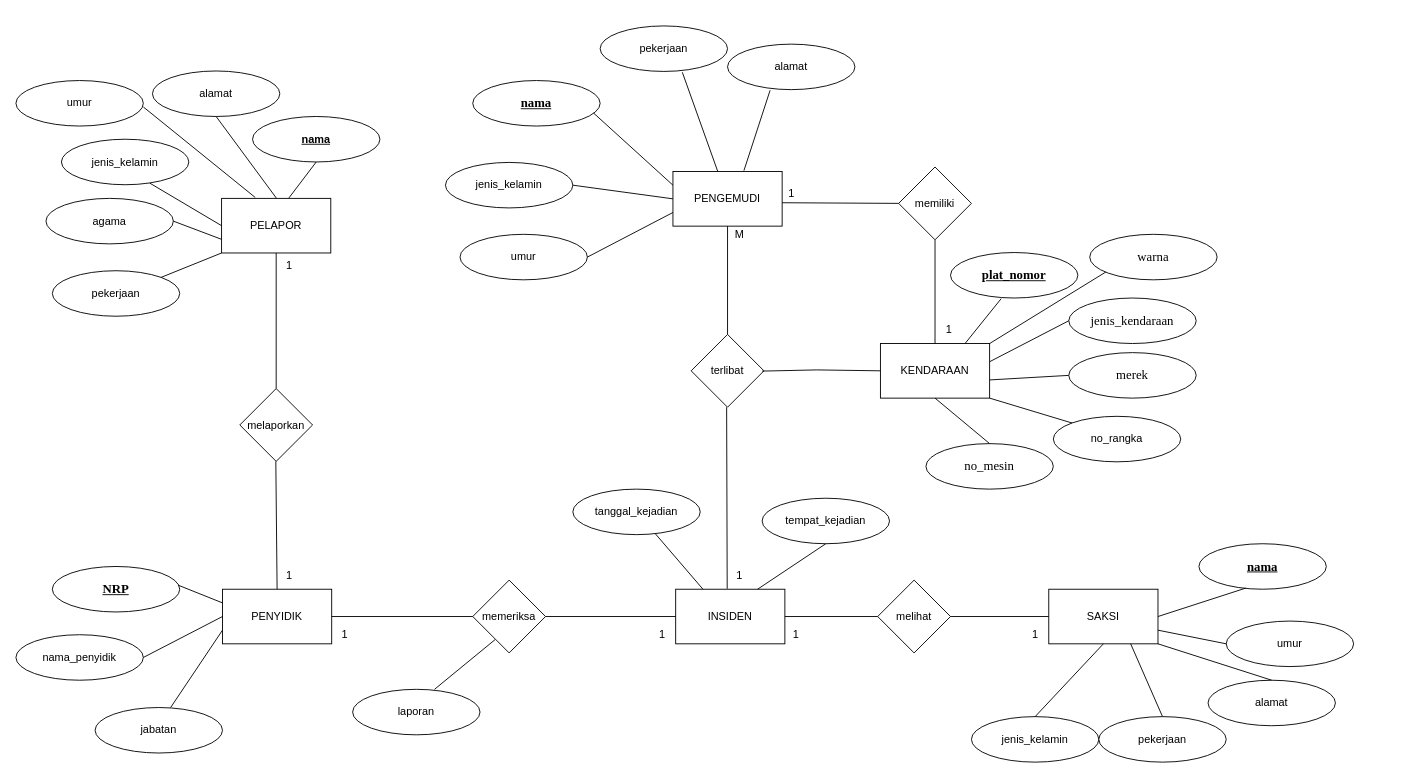
Before: Diagram Tanpa Judul.drawio in grayscale636/ERD, a draw.io diagram. Source tidied: cells renumbered, new cells numbered last; positions are measured from the earlier drawing's top-left corner, leaving out a move shared by most shapes. Both pictures are drawn from the tidied source at 91%, with x=0, y=0 at pixel (15, 25).
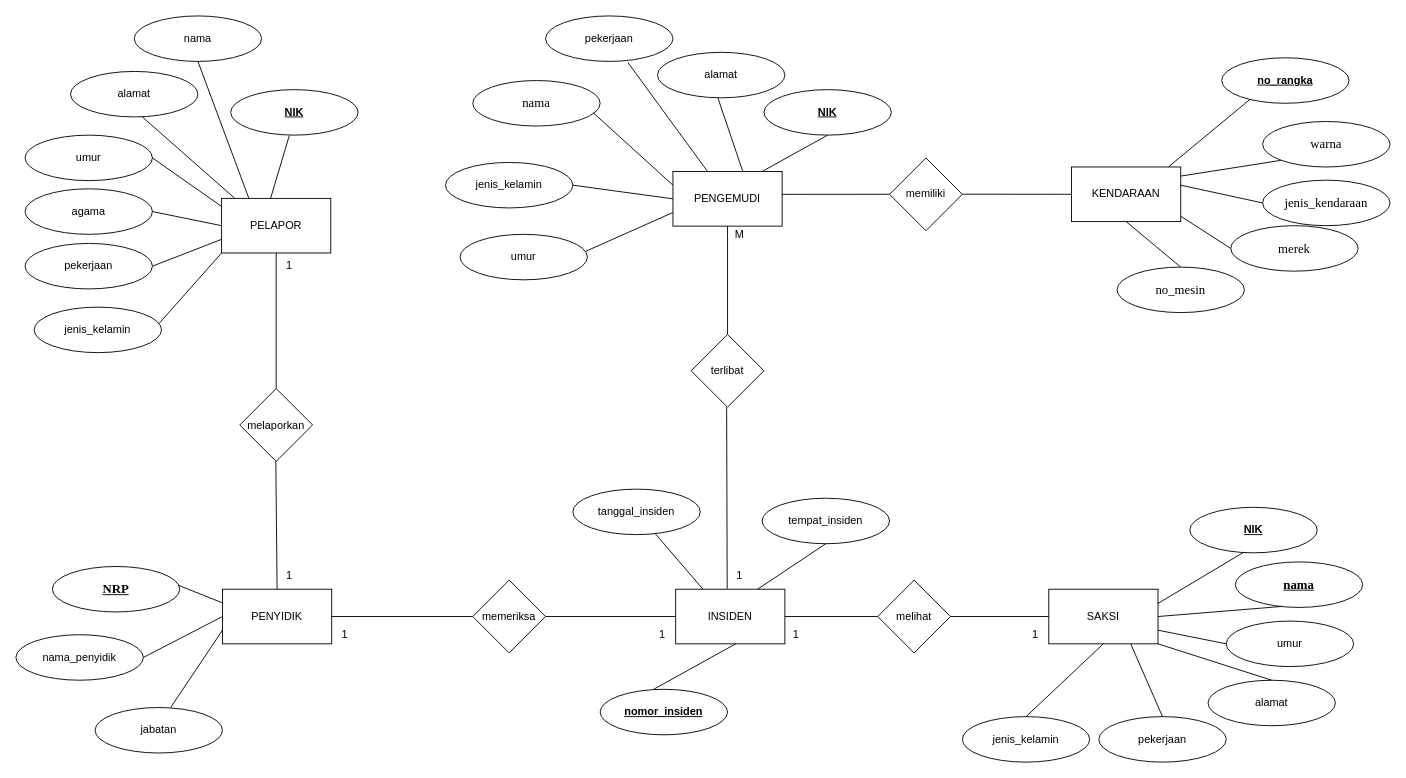
After the change.

The change refers to these unchanged cells:
```xml
<mxCell id="3" value="PELAPOR" style="rounded=0;whiteSpace=wrap;html=1;" parent="1" vertex="1">
  <mxGeometry x="226" y="189.5" width="120" height="60" as="geometry" />
</mxCell>
<mxCell id="6" value="PENGEMUDI" style="rounded=0;whiteSpace=wrap;html=1;" parent="1" vertex="1">
  <mxGeometry x="722" y="160" width="120" height="60" as="geometry" />
</mxCell>
<mxCell id="8" value="SAKSI" style="rounded=0;whiteSpace=wrap;html=1;" parent="1" vertex="1">
  <mxGeometry x="1135" y="619" width="120" height="60" as="geometry" />
</mxCell>
<mxCell id="10" value="memeriksa" style="rhombus;whiteSpace=wrap;html=1;" parent="1" vertex="1">
  <mxGeometry x="502" y="609" width="80" height="80" as="geometry" />
</mxCell>
<mxCell id="38" value="umur" style="ellipse;whiteSpace=wrap;html=1;" parent="1" vertex="1">
  <mxGeometry x="488" y="229" width="140" height="50" as="geometry" />
</mxCell>
```

Change to the diagram source:
```diff
@@
     <mxCell id="7" value="KENDARAAN" style="rounded=0;whiteSpace=wrap;html=1;" parent="1" vertex="1">
-      <mxGeometry x="950" y="349" width="120" height="60" as="geometry" />
+      <mxGeometry x="1160" y="155" width="120" height="60" as="geometry" />
     </mxCell>
@@
     <mxCell id="15" value="agama" style="ellipse;whiteSpace=wrap;html=1;" parent="1" vertex="1">
-      <mxGeometry x="33" y="189.5" width="140" height="50" as="geometry" />
+      <mxGeometry x="10" y="179" width="140" height="50" as="geometry" />
     </mxCell>
     <mxCell id="16" value="umur" style="ellipse;whiteSpace=wrap;html=1;" parent="1" vertex="1">
-      <mxGeometry y="60" width="140" height="50" as="geometry" />
+      <mxGeometry x="10" y="120" width="140" height="50" as="geometry" />
     </mxCell>
     <mxCell id="17" value="jenis_kelamin" style="ellipse;whiteSpace=wrap;html=1;" parent="1" vertex="1">
-      <mxGeometry x="50" y="124.5" width="140" height="50" as="geometry" />
+      <mxGeometry x="20" y="309" width="140" height="50" as="geometry" />
     </mxCell>
     <mxCell id="18" value="alamat" style="ellipse;whiteSpace=wrap;html=1;" parent="1" vertex="1">
-      <mxGeometry x="150" y="49.5" width="140" height="50" as="geometry" />
+      <mxGeometry x="60" y="50" width="140" height="50" as="geometry" />
     </mxCell>
     <mxCell id="19" value="pekerjaan" style="ellipse;whiteSpace=wrap;html=1;" parent="1" vertex="1">
-      <mxGeometry x="40" y="269" width="140" height="50" as="geometry" />
+      <mxGeometry x="10" y="239" width="140" height="50" as="geometry" />
     </mxCell>
-    <mxCell id="20" style="endArrow=none;html=1;rounded=0;" parent="1" edge="1">
-      <mxGeometry relative="1" as="geometry">
-        <mxPoint x="140" y="89" as="sourcePoint" />
-        <mxPoint x="263" y="188.5" as="targetPoint" />
-      </mxGeometry>
+    <mxCell id="20" style="endArrow=none;html=1;rounded=0;exitX=1;exitY=0.5;exitDx=0;exitDy=0;entryX=-0.003;entryY=0.144;entryDx=0;entryDy=0;entryPerimeter=0;" parent="1" edge="1" source="16" target="3">
+      <mxGeometry relative="1" as="geometry" />
     </mxCell>
-    <mxCell id="21" style="endArrow=none;html=1;rounded=0;exitX=1;exitY=0;exitDx=0;exitDy=0;entryX=0;entryY=1;entryDx=0;entryDy=0;" parent="1" edge="1" source="19" target="3">
+    <mxCell id="21" style="endArrow=none;html=1;rounded=0;exitX=1;exitY=0.5;exitDx=0;exitDy=0;entryX=0;entryY=0.75;entryDx=0;entryDy=0;" parent="1" edge="1" source="19" target="3">
       <mxGeometry relative="1" as="geometry" />
     </mxCell>
@@
     <mxCell id="26" value="&lt;h3 style=&quot;text-decoration-line: underline; font-family: &amp;quot;Times New Roman&amp;quot;; text-align: start;&quot;&gt;nama&lt;/h3&gt;" style="ellipse;whiteSpace=wrap;html=1;" parent="1" vertex="1">
-      <mxGeometry x="1300" y="569" width="140" height="50" as="geometry" />
+      <mxGeometry x="1340" y="589" width="140" height="50" as="geometry" />
     </mxCell>
-    <mxCell id="27" value="&lt;b&gt;&lt;u&gt;nama&lt;/u&gt;&lt;/b&gt;" style="ellipse;whiteSpace=wrap;html=1;" parent="1" vertex="1">
-      <mxGeometry x="260" y="99.5" width="140" height="50" as="geometry" />
+    <mxCell id="27" value="nama" style="ellipse;whiteSpace=wrap;html=1;" parent="1" vertex="1">
+      <mxGeometry x="130" y="-11" width="140" height="50" as="geometry" />
     </mxCell>
-    <mxCell id="28" style="endArrow=none;html=1;rounded=0;exitX=0.5;exitY=1;exitDx=0;exitDy=0;" parent="1" edge="1" source="27">
-      <mxGeometry relative="1" as="geometry">
-        <mxPoint x="300" y="189" as="targetPoint" />
-      </mxGeometry>
+    <mxCell id="28" style="endArrow=none;html=1;rounded=0;exitX=0.5;exitY=1;exitDx=0;exitDy=0;entryX=0.25;entryY=0;entryDx=0;entryDy=0;" parent="1" edge="1" source="27" target="3">
+      <mxGeometry relative="1" as="geometry" />
     </mxCell>
@@
     <mxCell id="30" value="jenis_kelamin" style="ellipse;whiteSpace=wrap;html=1;" parent="1" vertex="1">
-      <mxGeometry x="1050" y="759" width="140" height="50" as="geometry" />
+      <mxGeometry x="1040" y="759" width="140" height="50" as="geometry" />
     </mxCell>
@@
-    <mxCell id="37" value="&lt;h3 style=&quot;text-decoration-line: underline; font-family: &amp;quot;Times New Roman&amp;quot;; text-align: start;&quot;&gt;nama&lt;/h3&gt;" style="ellipse;whiteSpace=wrap;html=1;" parent="1" vertex="1">
+    <mxCell id="37" value="&lt;h3 style=&quot;font-family: &amp;quot;Times New Roman&amp;quot;; text-align: start;&quot;&gt;&lt;span style=&quot;font-weight: 400;&quot;&gt;nama&lt;/span&gt;&lt;/h3&gt;" style="ellipse;whiteSpace=wrap;html=1;" parent="1" vertex="1">
       <mxGeometry x="502" y="60" width="140" height="50" as="geometry" />
     </mxCell>
@@
     <mxCell id="40" value="pekerjaan" style="ellipse;whiteSpace=wrap;html=1;" parent="1" vertex="1">
-      <mxGeometry x="642" width="140" height="50" as="geometry" />
+      <mxGeometry x="582" y="-11" width="140" height="50" as="geometry" />
     </mxCell>
     <mxCell id="41" value="alamat" style="ellipse;whiteSpace=wrap;html=1;" parent="1" vertex="1">
-      <mxGeometry x="782" y="20" width="140" height="50" as="geometry" />
+      <mxGeometry x="705" y="29" width="140" height="50" as="geometry" />
     </mxCell>
@@
-    <mxCell id="44" style="endArrow=none;html=1;rounded=0;entryX=0;entryY=0.75;entryDx=0;entryDy=0;exitX=1;exitY=0.5;exitDx=0;exitDy=0;" parent="1" edge="1" source="38" target="6">
+    <mxCell id="44" style="endArrow=none;html=1;rounded=0;entryX=0;entryY=0.75;entryDx=0;entryDy=0;exitX=0.984;exitY=0.377;exitDx=0;exitDy=0;exitPerimeter=0;" parent="1" edge="1" source="38" target="6">
       <mxGeometry relative="1" as="geometry" />
     </mxCell>
@@
-    <mxCell id="46" style="endArrow=none;html=1;rounded=0;entryX=0.334;entryY=1.014;entryDx=0;entryDy=0;entryPerimeter=0;" parent="1" edge="1" target="41">
-      <mxGeometry relative="1" as="geometry">
-        <mxPoint x="800" y="159" as="sourcePoint" />
-      </mxGeometry>
+    <mxCell id="46" style="endArrow=none;html=1;rounded=0;entryX=0.475;entryY=1.007;entryDx=0;entryDy=0;entryPerimeter=0;exitX=0.639;exitY=-0.004;exitDx=0;exitDy=0;exitPerimeter=0;" parent="1" edge="1" source="6" target="41">
+      <mxGeometry relative="1" as="geometry" />
     </mxCell>
     <mxCell id="47" value="&lt;h3 style=&quot;font-family: &amp;quot;Times New Roman&amp;quot;; text-align: start;&quot;&gt;&lt;span style=&quot;font-weight: 400;&quot;&gt;jenis_kendaraan&lt;/span&gt;&lt;/h3&gt;" style="ellipse;whiteSpace=wrap;html=1;" parent="1" vertex="1">
-      <mxGeometry x="1157" y="299" width="140" height="50" as="geometry" />
+      <mxGeometry x="1370" y="169.5" width="140" height="50" as="geometry" />
     </mxCell>
     <mxCell id="48" value="&lt;h3 style=&quot;font-family: &amp;quot;Times New Roman&amp;quot;; text-align: start;&quot;&gt;&lt;span style=&quot;font-weight: normal;&quot;&gt;merek&lt;/span&gt;&lt;/h3&gt;" style="ellipse;whiteSpace=wrap;html=1;" parent="1" vertex="1">
-      <mxGeometry x="1157" y="359" width="140" height="50" as="geometry" />
+      <mxGeometry x="1335" y="219.5" width="140" height="50" as="geometry" />
     </mxCell>
     <mxCell id="49" style="endArrow=none;html=1;rounded=0;exitX=1.005;exitY=0.709;exitDx=0;exitDy=0;exitPerimeter=0;entryX=0;entryY=0.5;entryDx=0;entryDy=0;" parent="1" edge="1" target="47">
       <mxGeometry relative="1" as="geometry">
-        <mxPoint x="1070" y="369" as="sourcePoint" />
+        <mxPoint x="1280" y="175" as="sourcePoint" />
       </mxGeometry>
     </mxCell>
-    <mxCell id="50" style="endArrow=none;html=1;rounded=0;exitX=1.005;exitY=0.709;exitDx=0;exitDy=0;exitPerimeter=0;entryX=0;entryY=0.5;entryDx=0;entryDy=0;" parent="1" edge="1" target="48">
-      <mxGeometry x="0.14" y="393" relative="1" as="geometry">
-        <mxPoint x="1070" y="389" as="sourcePoint" />
-      </mxGeometry>
+    <mxCell id="50" style="endArrow=none;html=1;rounded=0;exitX=1.002;exitY=0.904;exitDx=0;exitDy=0;exitPerimeter=0;entryX=0;entryY=0.5;entryDx=0;entryDy=0;" parent="1" edge="1" source="7" target="48">
+      <mxGeometry x="0.14" y="393" relative="1" as="geometry" />
     </mxCell>
-    <mxCell id="51" value="no_rangka" style="ellipse;whiteSpace=wrap;html=1;" parent="1" vertex="1">
-      <mxGeometry x="1140" y="429" width="140" height="50" as="geometry" />
+    <mxCell id="51" value="&lt;b&gt;&lt;u&gt;no_rangka&lt;/u&gt;&lt;/b&gt;" style="ellipse;whiteSpace=wrap;html=1;" parent="1" vertex="1">
+      <mxGeometry x="1325" y="35" width="140" height="50" as="geometry" />
     </mxCell>
     <mxCell id="52" value="&lt;h3 style=&quot;font-family: &amp;quot;Times New Roman&amp;quot;; text-align: start;&quot;&gt;&lt;span style=&quot;font-weight: 400;&quot;&gt;no_mesin&lt;/span&gt;&lt;/h3&gt;" style="ellipse;whiteSpace=wrap;html=1;" parent="1" vertex="1">
-      <mxGeometry x="1000" y="459" width="140" height="50" as="geometry" />
+      <mxGeometry x="1210" y="265" width="140" height="50" as="geometry" />
     </mxCell>
     <mxCell id="53" style="endArrow=none;html=1;rounded=0;exitX=1.005;exitY=0.709;exitDx=0;exitDy=0;exitPerimeter=0;entryX=0.5;entryY=0;entryDx=0;entryDy=0;" parent="1" edge="1" target="52">
       <mxGeometry x="0.14" y="393" relative="1" as="geometry">
-        <mxPoint x="1010" y="409" as="sourcePoint" />
+        <mxPoint x="1220" y="215" as="sourcePoint" />
       </mxGeometry>
     </mxCell>
-    <mxCell id="54" style="endArrow=none;html=1;rounded=0;exitX=1;exitY=1;exitDx=0;exitDy=0;entryX=0;entryY=0;entryDx=0;entryDy=0;" parent="1" edge="1" source="7" target="51">
+    <mxCell id="54" style="endArrow=none;html=1;rounded=0;exitX=0.89;exitY=-0.006;exitDx=0;exitDy=0;entryX=0.221;entryY=0.917;entryDx=0;entryDy=0;exitPerimeter=0;entryPerimeter=0;" parent="1" edge="1" source="7" target="51">
       <mxGeometry x="0.14" y="393" relative="1" as="geometry" />
     </mxCell>
-    <mxCell id="55" style="endArrow=none;html=1;rounded=0;exitX=1;exitY=0;exitDx=0;exitDy=0;entryX=0.38;entryY=0.012;entryDx=0;entryDy=0;entryPerimeter=0;" parent="1" edge="1" source="7" target="56">
-      <mxGeometry x="0.14" y="393" relative="1" as="geometry">
-        <Array as="points">
-          <mxPoint x="1200" y="269" />
-        </Array>
-      </mxGeometry>
-    </mxCell>
     <mxCell id="56" value="&lt;h3 style=&quot;font-family: &amp;quot;Times New Roman&amp;quot;; text-align: start;&quot;&gt;&lt;span style=&quot;font-weight: normal;&quot;&gt;warna&lt;/span&gt;&lt;/h3&gt;" style="ellipse;whiteSpace=wrap;html=1;" parent="1" vertex="1">
-      <mxGeometry x="1180" y="229" width="140" height="50" as="geometry" />
+      <mxGeometry x="1370" y="105" width="140" height="50" as="geometry" />
     </mxCell>
-    <mxCell id="57" value="&lt;h3 style=&quot;text-decoration-line: underline; font-family: &amp;quot;Times New Roman&amp;quot;; text-align: start;&quot;&gt;plat_nomor&lt;/h3&gt;" style="ellipse;whiteSpace=wrap;html=1;" parent="1" vertex="1">
-      <mxGeometry x="1027" y="249" width="140" height="50" as="geometry" />
-    </mxCell>
-    <mxCell id="58" style="endArrow=none;html=1;rounded=0;exitX=1.005;exitY=0.709;exitDx=0;exitDy=0;exitPerimeter=0;entryX=0.398;entryY=1.013;entryDx=0;entryDy=0;entryPerimeter=0;" parent="1" edge="1" target="57">
-      <mxGeometry relative="1" as="geometry">
-        <mxPoint x="1043" y="349" as="sourcePoint" />
-      </mxGeometry>
-    </mxCell>
-    <mxCell id="59" value="laporan" style="ellipse;whiteSpace=wrap;html=1;" parent="1" vertex="1">
-      <mxGeometry x="370" y="729" width="140" height="50" as="geometry" />
-    </mxCell>
-    <mxCell id="60" value="tempat_kejadian" style="ellipse;whiteSpace=wrap;html=1;" parent="1" vertex="1">
+    <mxCell id="60" value="tempat_insiden" style="ellipse;whiteSpace=wrap;html=1;" parent="1" vertex="1">
       <mxGeometry x="820" y="519" width="140" height="50" as="geometry" />
     </mxCell>
-    <mxCell id="61" value="memiliki" style="rhombus;whiteSpace=wrap;html=1;" parent="1" vertex="1">
-      <mxGeometry x="970" y="155" width="80" height="80" as="geometry" />
-    </mxCell>
-    <mxCell id="62" value="tanggal_kejadian" style="ellipse;whiteSpace=wrap;html=1;" parent="1" vertex="1">
+    <mxCell id="62" value="tanggal_insiden" style="ellipse;whiteSpace=wrap;html=1;" parent="1" vertex="1">
       <mxGeometry x="612" y="509" width="140" height="50" as="geometry" />
     </mxCell>
-    <mxCell id="63" style="endArrow=none;html=1;rounded=0;entryX=0;entryY=0.5;entryDx=0;entryDy=0;exitX=1;exitY=0.5;exitDx=0;exitDy=0;" parent="1" edge="1" target="7">
-      <mxGeometry relative="1" as="geometry">
-        <mxPoint x="820" y="379.3" as="sourcePoint" />
-        <Array as="points">
-          <mxPoint x="880" y="378" />
-        </Array>
-      </mxGeometry>
-    </mxCell>
@@
-    <mxCell id="65" style="endArrow=none;html=1;rounded=0;entryX=0;entryY=0.5;entryDx=0;entryDy=0;" parent="1" edge="1" target="61">
-      <mxGeometry relative="1" as="geometry">
-        <mxPoint x="842" y="194.3" as="sourcePoint" />
-      </mxGeometry>
-    </mxCell>
-    <mxCell id="66" style="endArrow=none;html=1;rounded=0;exitX=0.5;exitY=0;exitDx=0;exitDy=0;entryX=0.5;entryY=1;entryDx=0;entryDy=0;" parent="1" edge="1" source="7" target="61">
-      <mxGeometry relative="1" as="geometry" />
-    </mxCell>
@@
-    <mxCell id="71" style="endArrow=none;html=1;rounded=0;exitX=1;exitY=0.5;exitDx=0;exitDy=0;entryX=0;entryY=0.75;entryDx=0;entryDy=0;" parent="1" edge="1" source="15" target="3">
+    <mxCell id="71" style="endArrow=none;html=1;rounded=0;exitX=1;exitY=0.5;exitDx=0;exitDy=0;entryX=0;entryY=0.5;entryDx=0;entryDy=0;" parent="1" edge="1" source="15" target="3">
       <mxGeometry relative="1" as="geometry" />
     </mxCell>
-    <mxCell id="72" style="endArrow=none;html=1;rounded=0;entryX=0.693;entryY=0.964;entryDx=0;entryDy=0;entryPerimeter=0;exitX=0;exitY=0.5;exitDx=0;exitDy=0;" parent="1" edge="1" source="3" target="17">
+    <mxCell id="72" style="endArrow=none;html=1;rounded=0;entryX=0.98;entryY=0.361;entryDx=0;entryDy=0;entryPerimeter=0;exitX=0;exitY=1;exitDx=0;exitDy=0;" parent="1" edge="1" source="3" target="17">
       <mxGeometry relative="1" as="geometry" />
     </mxCell>
@@
-    <mxCell id="75" style="endArrow=none;html=1;rounded=0;exitX=1;exitY=0.5;exitDx=0;exitDy=0;entryX=0.367;entryY=0.976;entryDx=0;entryDy=0;entryPerimeter=0;" parent="1" edge="1" source="8" target="26">
+    <mxCell id="75" style="endArrow=none;html=1;rounded=0;exitX=1;exitY=0.5;exitDx=0;exitDy=0;entryX=0.362;entryY=0.979;entryDx=0;entryDy=0;entryPerimeter=0;" parent="1" edge="1" source="8" target="26">
       <mxGeometry relative="1" as="geometry" />
     </mxCell>
-    <mxCell id="76" style="endArrow=none;html=1;rounded=0;entryX=0.643;entryY=0;entryDx=0;entryDy=0;exitX=0.306;exitY=0.818;exitDx=0;exitDy=0;exitPerimeter=0;entryPerimeter=0;" parent="1" edge="1" source="10" target="59">
-      <mxGeometry relative="1" as="geometry" />
-    </mxCell>
-    <mxCell id="77" style="endArrow=none;html=1;rounded=0;exitX=0.5;exitY=0;exitDx=0;exitDy=0;entryX=0.5;entryY=1;entryDx=0;entryDy=0;" parent="1" edge="1" target="18">
+    <mxCell id="77" style="endArrow=none;html=1;rounded=0;entryX=0.564;entryY=1.001;entryDx=0;entryDy=0;entryPerimeter=0;" parent="1" edge="1" target="18">
       <mxGeometry x="-1" y="-90" relative="1" as="geometry">
-        <mxPoint x="286.4" y="189.5" as="sourcePoint" />
+        <mxPoint x="240" y="189" as="sourcePoint" />
         <mxPoint x="-83" y="91" as="offset" />
       </mxGeometry>
     </mxCell>
@@
-    <mxCell id="83" value="1" style="text;html=1;align=center;verticalAlign=middle;strokeColor=none;fillColor=none;" parent="1" vertex="1">
-      <mxGeometry x="837" y="170" width="30" height="30" as="geometry" />
-    </mxCell>
-    <mxCell id="84" value="1" style="text;html=1;align=center;verticalAlign=middle;strokeColor=none;fillColor=none;" parent="1" vertex="1">
-      <mxGeometry x="1010" y="319" width="30" height="30" as="geometry" />
-    </mxCell>
@@
+    <mxCell id="90" value="&lt;b&gt;&lt;u&gt;NIK&lt;/u&gt;&lt;/b&gt;" style="ellipse;whiteSpace=wrap;html=1;" parent="1" vertex="1">
+      <mxGeometry x="236" y="70" width="140" height="50" as="geometry" />
+    </mxCell>
+    <mxCell id="91" style="endArrow=none;html=1;rounded=0;exitX=0.46;exitY=1.009;exitDx=0;exitDy=0;exitPerimeter=0;" parent="1" edge="1" source="90">
+      <mxGeometry relative="1" as="geometry">
+        <mxPoint x="280" y="189" as="targetPoint" />
+      </mxGeometry>
+    </mxCell>
+    <mxCell id="92" value="&lt;b&gt;&lt;u&gt;NIK&lt;/u&gt;&lt;/b&gt;" style="ellipse;whiteSpace=wrap;html=1;" parent="1" vertex="1">
+      <mxGeometry x="822" y="70" width="140" height="50" as="geometry" />
+    </mxCell>
+    <mxCell id="93" style="endArrow=none;html=1;rounded=0;entryX=0.5;entryY=1;entryDx=0;entryDy=0;exitX=0.817;exitY=-0.001;exitDx=0;exitDy=0;exitPerimeter=0;" parent="1" edge="1" source="6" target="92">
+      <mxGeometry relative="1" as="geometry" />
+    </mxCell>
+    <mxCell id="94" value="&lt;b&gt;&lt;u&gt;NIK&lt;/u&gt;&lt;/b&gt;" style="ellipse;whiteSpace=wrap;html=1;" parent="1" vertex="1">
+      <mxGeometry x="1290" y="529" width="140" height="50" as="geometry" />
+    </mxCell>
+    <mxCell id="95" style="endArrow=none;html=1;rounded=0;exitX=1;exitY=0.5;exitDx=0;exitDy=0;entryX=0.418;entryY=0.996;entryDx=0;entryDy=0;entryPerimeter=0;" parent="1" edge="1" target="94">
+      <mxGeometry relative="1" as="geometry">
+        <mxPoint x="1255" y="634.6" as="sourcePoint" />
+      </mxGeometry>
+    </mxCell>
+    <mxCell id="96" value="&lt;b&gt;&lt;u&gt;nomor_insiden&lt;/u&gt;&lt;/b&gt;" style="ellipse;whiteSpace=wrap;html=1;" parent="1" vertex="1">
+      <mxGeometry x="642" y="729" width="140" height="50" as="geometry" />
+    </mxCell>
+    <mxCell id="97" style="endArrow=none;html=1;rounded=0;entryX=0.416;entryY=0.006;entryDx=0;entryDy=0;exitX=0.5;exitY=1;exitDx=0;exitDy=0;entryPerimeter=0;" parent="1" edge="1" target="96">
+      <mxGeometry relative="1" as="geometry">
+        <mxPoint x="791" y="679" as="sourcePoint" />
+      </mxGeometry>
+    </mxCell>
+    <mxCell id="98" style="endArrow=none;html=1;rounded=0;exitX=1.005;exitY=0.709;exitDx=0;exitDy=0;exitPerimeter=0;entryX=0;entryY=1;entryDx=0;entryDy=0;" parent="1" edge="1" target="56">
+      <mxGeometry relative="1" as="geometry">
+        <mxPoint x="1280" y="165" as="sourcePoint" />
+      </mxGeometry>
+    </mxCell>
+    <mxCell id="61" value="memiliki" style="rhombus;whiteSpace=wrap;html=1;" parent="1" vertex="1">
+      <mxGeometry x="960" y="145" width="80" height="80" as="geometry" />
+    </mxCell>
+    <mxCell id="99" style="endArrow=none;html=1;rounded=0;entryX=0.997;entryY=0.418;entryDx=0;entryDy=0;entryPerimeter=0;exitX=0;exitY=0.5;exitDx=0;exitDy=0;" parent="1" edge="1" source="61" target="6">
+      <mxGeometry relative="1" as="geometry" />
+    </mxCell>
+    <mxCell id="100" style="endArrow=none;html=1;rounded=0;entryX=0.997;entryY=0.418;entryDx=0;entryDy=0;entryPerimeter=0;exitX=0;exitY=0.5;exitDx=0;exitDy=0;" parent="1" edge="1" source="7">
+      <mxGeometry relative="1" as="geometry">
+        <mxPoint x="1040" y="184.9" as="targetPoint" />
+      </mxGeometry>
+    </mxCell>
```
